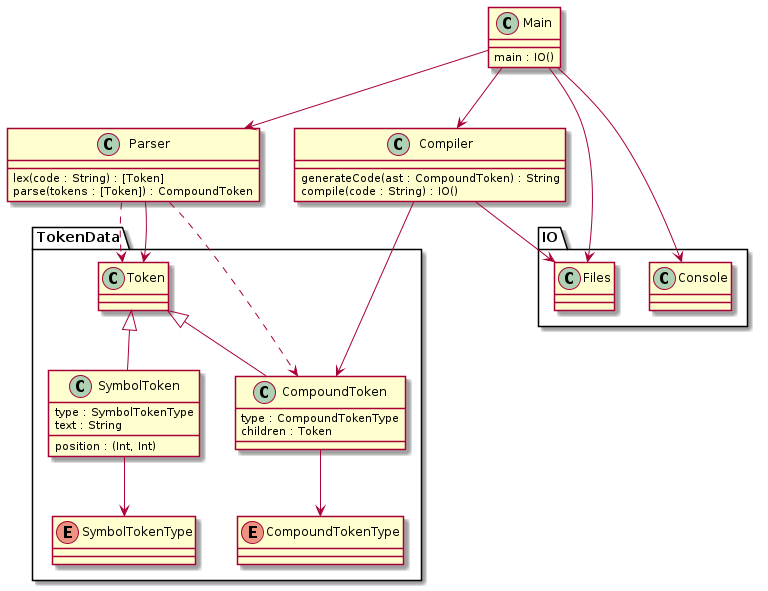
This is docs/kiss-lang-domain.png from blueOkiris/kiss-lang, a PlantUML export, as it was before one commit.
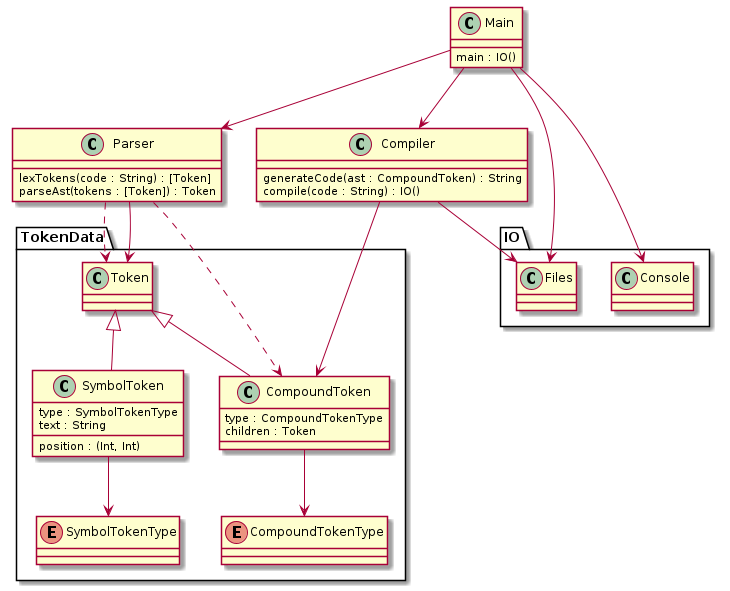
Above is the later version.

Commit message:
Created lex/parse functions, though not implemented

What changed in the source:
```diff
@@ -24,8 +24,8 @@
 }
 
 class Parser {
-    lex(code : String) : [Token]
-    parse(tokens : [Token]) : CompoundToken
+    lexTokens(code : String) : [Token]
+    parseAst(tokens : [Token]) : Token
 }
 
 class Compiler {
```
